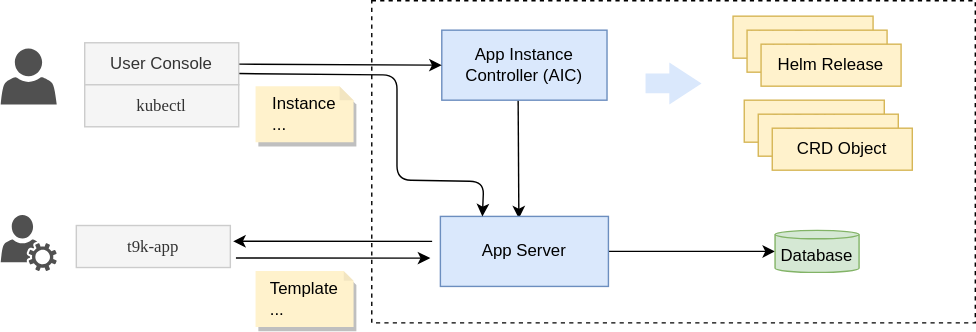
The draw.io diagram docs/img/arch.drawio.svg in t9k/apps, before a commit. Source tidied: cells renumbered, new cells last; positions are measured from the earlier drawing's top-left corner, leaving out a move shared by most shapes.
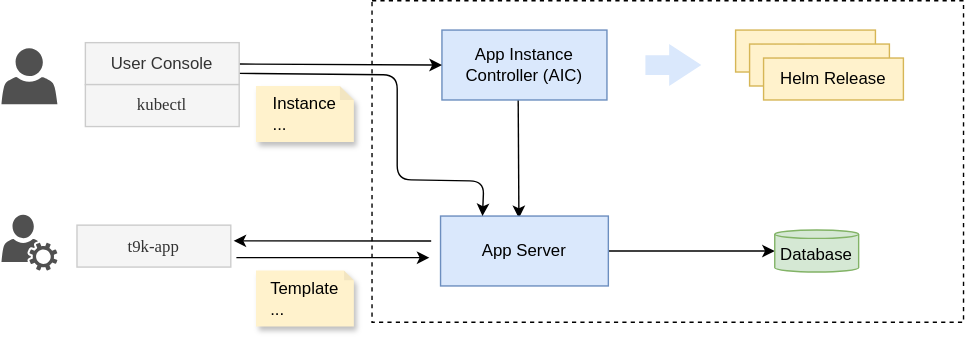
Above is the later version.

Change to the diagram source:
```diff
@@ -3,26 +3,17 @@
     <mxCell id="0" />
     <mxCell id="1" parent="0" />
     <mxCell id="2" style="rounded=0;whiteSpace=wrap;html=1;fontFamily=Verdana;fillColor=none;dashed=1;" parent="1" vertex="1">
-      <mxGeometry x="265" width="431" height="230" as="geometry" />
+      <mxGeometry x="265" width="423" height="230" as="geometry" />
     </mxCell>
     <mxCell id="3" value="Helm Release" style="rounded=0;whiteSpace=wrap;html=1;fillColor=#fff2cc;strokeColor=#d6b656;" parent="1" vertex="1">
-      <mxGeometry x="523" y="11" width="100" height="30" as="geometry" />
+      <mxGeometry x="525" y="21" width="100" height="30" as="geometry" />
     </mxCell>
     <mxCell id="4" value="Helm Release" style="rounded=0;whiteSpace=wrap;html=1;fillColor=#fff2cc;strokeColor=#d6b656;" parent="1" vertex="1">
-      <mxGeometry x="533" y="21" width="100" height="30" as="geometry" />
+      <mxGeometry x="535" y="31" width="100" height="30" as="geometry" />
     </mxCell>
     <mxCell id="5" value="Helm Release" style="rounded=0;whiteSpace=wrap;html=1;fillColor=#fff2cc;strokeColor=#d6b656;" parent="1" vertex="1">
-      <mxGeometry x="543" y="31" width="100" height="30" as="geometry" />
+      <mxGeometry x="545" y="41" width="100" height="30" as="geometry" />
     </mxCell>
-    <mxCell id="6" value="CRD Object" style="rounded=0;whiteSpace=wrap;html=1;fillColor=#fff2cc;strokeColor=#d6b656;" parent="1" vertex="1">
-      <mxGeometry x="531" y="71" width="100" height="30" as="geometry" />
-    </mxCell>
-    <mxCell id="7" value="CRD Object" style="rounded=0;whiteSpace=wrap;html=1;fillColor=#fff2cc;strokeColor=#d6b656;" parent="1" vertex="1">
-      <mxGeometry x="541" y="81" width="100" height="30" as="geometry" />
-    </mxCell>
-    <mxCell id="8" value="CRD Object" style="rounded=0;whiteSpace=wrap;html=1;fillColor=#fff2cc;strokeColor=#d6b656;" parent="1" vertex="1">
-      <mxGeometry x="551" y="91" width="100" height="30" as="geometry" />
-    </mxCell>
     <mxCell id="9" style="edgeStyle=none;html=1;exitX=0.462;exitY=0.99;exitDx=0;exitDy=0;entryX=0.467;entryY=0.03;entryDx=0;entryDy=0;exitPerimeter=0;entryPerimeter=0;" parent="1" edge="1" source="10" target="12">
       <mxGeometry relative="1" as="geometry" />
     </mxCell>
@@ -45,7 +36,7 @@
       <mxGeometry x="553" y="164" width="60" height="30" as="geometry" />
     </mxCell>
     <mxCell id="16" style="html=1;shadow=0;dashed=0;align=center;verticalAlign=middle;shape=mxgraph.arrows2.arrow;dy=0.53;dx=23;direction=north;notch=0;strokeColor=none;fillColor=#dae8fc;rotation=90;" parent="1" vertex="1">
-      <mxGeometry x="465.5" y="39" width="30" height="40" as="geometry" />
+      <mxGeometry x="465.5" y="26" width="30" height="40" as="geometry" />
     </mxCell>
     <mxCell id="17" style="edgeStyle=none;html=1;entryX=0.25;entryY=0;entryDx=0;entryDy=0;fontFamily=Verdana;exitX=1;exitY=0.733;exitDx=0;exitDy=0;exitPerimeter=0;" parent="1" edge="1" source="19" target="12">
       <mxGeometry relative="1" as="geometry">
```
